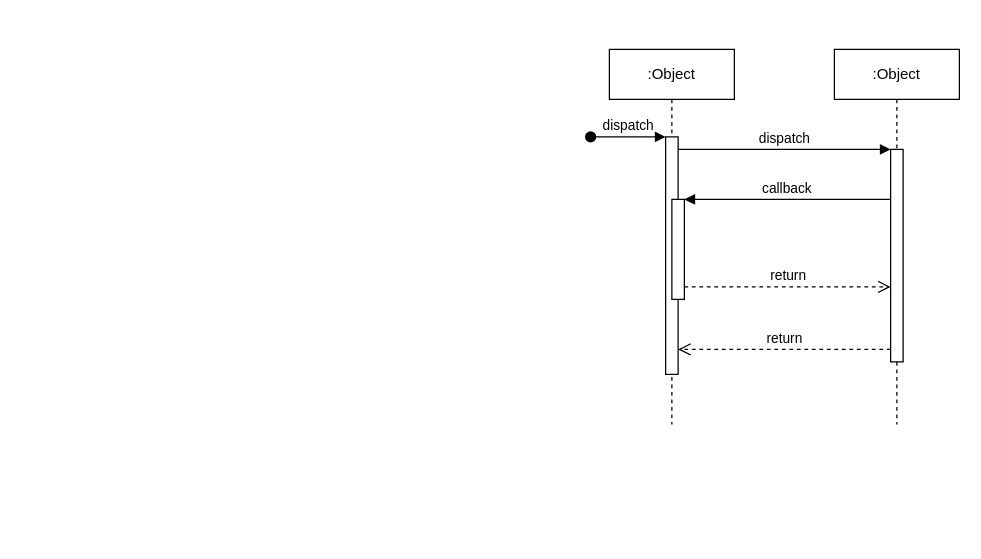
Before: Untitled Diagram.drawio in boberto-v2/utils, a draw.io diagram. Source tidied: cells renumbered, new cells numbered last; positions are measured from the earlier drawing's top-left corner, leaving out a move shared by most shapes. Both pictures are drawn from the tidied source at 125%, with x=0, y=0 at pixel (590, 49).
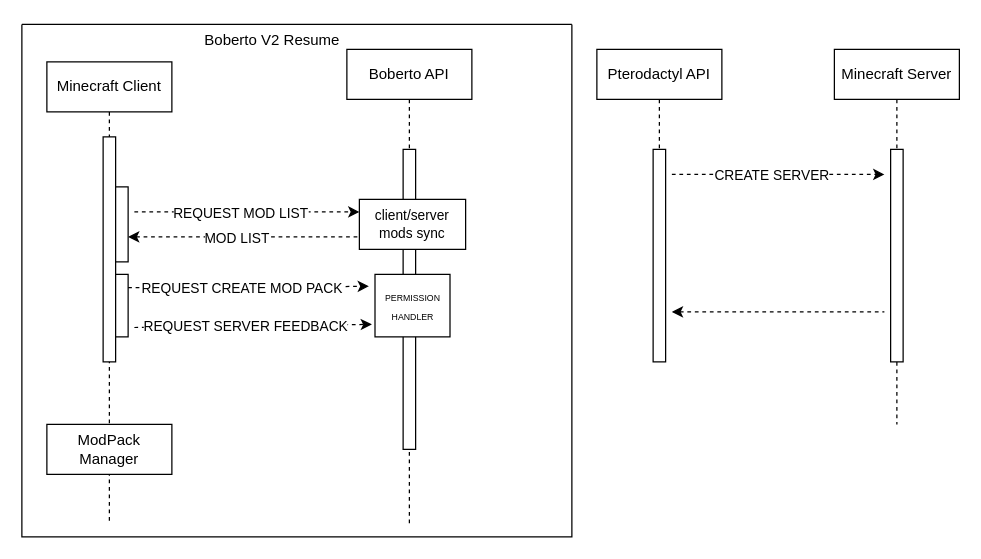
Above is the later version.

The change refers to these unchanged cells:
```xml
<mxCell id="7" style="html=1;points=[];perimeter=orthogonalPerimeter;outlineConnect=0;targetShapes=umlLifeline;portConstraint=eastwest;newEdgeStyle={&quot;edgeStyle&quot;:&quot;elbowEdgeStyle&quot;,&quot;elbow&quot;:&quot;vertical&quot;,&quot;curved&quot;:0,&quot;rounded&quot;:0};" parent="6" vertex="1">
  <mxGeometry x="45" y="80" width="10" height="170" as="geometry" />
</mxCell>
```

The edit, as a diff of the source:
```diff
@@
-    <mxCell id="2" value=":Object" style="shape=umlLifeline;perimeter=lifelinePerimeter;whiteSpace=wrap;html=1;newEdgeStyle={&quot;edgeStyle&quot;:&quot;elbowEdgeStyle&quot;,&quot;elbow&quot;:&quot;vertical&quot;,&quot;curved&quot;:0,&quot;rounded&quot;:0};" parent="1" vertex="1">
-      <mxGeometry x="15" width="100" height="300" as="geometry" />
-    </mxCell>
-    <mxCell id="3" style="html=1;points=[];perimeter=orthogonalPerimeter;outlineConnect=0;targetShapes=umlLifeline;portConstraint=eastwest;newEdgeStyle={&quot;edgeStyle&quot;:&quot;elbowEdgeStyle&quot;,&quot;elbow&quot;:&quot;vertical&quot;,&quot;curved&quot;:0,&quot;rounded&quot;:0};" parent="2" vertex="1">
-      <mxGeometry x="45" y="70" width="10" height="190" as="geometry" />
-    </mxCell>
-    <mxCell id="4" value="dispatch" style="html=1;verticalAlign=bottom;startArrow=oval;endArrow=block;startSize=8;edgeStyle=elbowEdgeStyle;elbow=vertical;curved=0;rounded=0;" parent="2" edge="1" target="3">
-      <mxGeometry relative="1" as="geometry">
-        <mxPoint x="-15" y="70" as="sourcePoint" />
-      </mxGeometry>
-    </mxCell>
-    <mxCell id="5" style="html=1;points=[];perimeter=orthogonalPerimeter;outlineConnect=0;targetShapes=umlLifeline;portConstraint=eastwest;newEdgeStyle={&quot;edgeStyle&quot;:&quot;elbowEdgeStyle&quot;,&quot;elbow&quot;:&quot;vertical&quot;,&quot;curved&quot;:0,&quot;rounded&quot;:0};" parent="2" vertex="1">
-      <mxGeometry x="50" y="120" width="10" height="80" as="geometry" />
-    </mxCell>
-    <mxCell id="6" value=":Object" style="shape=umlLifeline;perimeter=lifelinePerimeter;whiteSpace=wrap;html=1;newEdgeStyle={&quot;edgeStyle&quot;:&quot;elbowEdgeStyle&quot;,&quot;elbow&quot;:&quot;vertical&quot;,&quot;curved&quot;:0,&quot;rounded&quot;:0};" parent="1" vertex="1">
+    <mxCell id="6" value="Minecraft Server" style="shape=umlLifeline;perimeter=lifelinePerimeter;whiteSpace=wrap;html=1;newEdgeStyle={&quot;edgeStyle&quot;:&quot;elbowEdgeStyle&quot;,&quot;elbow&quot;:&quot;vertical&quot;,&quot;curved&quot;:0,&quot;rounded&quot;:0};" parent="1" vertex="1">
       <mxGeometry x="195" width="100" height="300" as="geometry" />
     </mxCell>
@@
-    <mxCell id="8" value="dispatch" style="html=1;verticalAlign=bottom;endArrow=block;edgeStyle=elbowEdgeStyle;elbow=vertical;curved=0;rounded=0;" parent="1" edge="1" source="3" target="7">
-      <mxGeometry relative="1" as="geometry">
-        <Array as="points">
-          <mxPoint x="155" y="80" />
-        </Array>
-      </mxGeometry>
-    </mxCell>
-    <mxCell id="9" value="return" style="html=1;verticalAlign=bottom;endArrow=open;dashed=1;endSize=8;edgeStyle=elbowEdgeStyle;elbow=vertical;curved=0;rounded=0;" parent="1" edge="1" source="7" target="3">
-      <mxGeometry relative="1" as="geometry">
-        <Array as="points">
-          <mxPoint x="165" y="240" />
-        </Array>
-      </mxGeometry>
-    </mxCell>
-    <mxCell id="10" value="callback" style="html=1;verticalAlign=bottom;endArrow=block;edgeStyle=elbowEdgeStyle;elbow=vertical;curved=0;rounded=0;" parent="1" edge="1" source="7" target="5">
-      <mxGeometry relative="1" as="geometry">
-        <Array as="points">
-          <mxPoint x="165" y="120" />
-        </Array>
-      </mxGeometry>
-    </mxCell>
-    <mxCell id="11" value="return" style="html=1;verticalAlign=bottom;endArrow=open;dashed=1;endSize=8;edgeStyle=elbowEdgeStyle;elbow=vertical;curved=0;rounded=0;" parent="1" edge="1" source="5" target="7">
-      <mxGeometry relative="1" as="geometry">
-        <Array as="points">
-          <mxPoint x="155" y="190" />
-        </Array>
-      </mxGeometry>
-    </mxCell>
+    <mxCell id="12" value="Pterodactyl API" style="shape=umlLifeline;perimeter=lifelinePerimeter;whiteSpace=wrap;html=1;newEdgeStyle={&quot;edgeStyle&quot;:&quot;elbowEdgeStyle&quot;,&quot;elbow&quot;:&quot;vertical&quot;,&quot;curved&quot;:0,&quot;rounded&quot;:0};fillColor=default;strokeColor=default;gradientColor=none;" parent="1" vertex="1">
+      <mxGeometry x="5" width="100" height="250" as="geometry" />
+    </mxCell>
+    <mxCell id="13" style="html=1;perimeter=orthogonalPerimeter;targetShapes=umlLifeline;newEdgeStyle={&quot;edgeStyle&quot;:&quot;elbowEdgeStyle&quot;,&quot;elbow&quot;:&quot;vertical&quot;,&quot;curved&quot;:0,&quot;rounded&quot;:0};" parent="12" vertex="1">
+      <mxGeometry x="45" y="80" width="10" height="170" as="geometry" />
+    </mxCell>
+    <mxCell id="14" value="Boberto API" style="shape=umlLifeline;perimeter=lifelinePerimeter;whiteSpace=wrap;html=1;newEdgeStyle={&quot;edgeStyle&quot;:&quot;elbowEdgeStyle&quot;,&quot;elbow&quot;:&quot;vertical&quot;,&quot;curved&quot;:0,&quot;rounded&quot;:0};" parent="1" vertex="1">
+      <mxGeometry x="-195" width="100" height="380" as="geometry" />
+    </mxCell>
+    <mxCell id="15" style="html=1;perimeter=orthogonalPerimeter;targetShapes=umlLifeline;newEdgeStyle={&quot;edgeStyle&quot;:&quot;elbowEdgeStyle&quot;,&quot;elbow&quot;:&quot;vertical&quot;,&quot;curved&quot;:0,&quot;rounded&quot;:0};" parent="14" vertex="1">
+      <mxGeometry x="45" y="80" width="10" height="240" as="geometry" />
+    </mxCell>
+    <mxCell id="16" style="swimlane;startSize=0;" parent="1" vertex="1">
+      <mxGeometry x="-455" y="-20" width="440" height="410" as="geometry" />
+    </mxCell>
+    <mxCell id="17" value="&lt;font style=&quot;font-size: 7px;&quot;&gt;PERMISSION HANDLER&lt;/font&gt;" style="rounded=0;whiteSpace=wrap;html=1;" parent="16" vertex="1">
+      <mxGeometry x="282.5" y="200" width="60" height="50" as="geometry" />
+    </mxCell>
+    <mxCell id="18" value="&lt;div style=&quot;font-size: 11px;&quot;&gt;&lt;font style=&quot;font-size: 11px;&quot;&gt;client/server&lt;/font&gt;&lt;/div&gt;&lt;div style=&quot;font-size: 11px;&quot;&gt;&lt;font style=&quot;font-size: 11px;&quot;&gt;mods sync&lt;font style=&quot;font-size: 11px;&quot;&gt;&lt;br&gt;&lt;/font&gt;&lt;/font&gt;&lt;/div&gt;" style="rounded=0;whiteSpace=wrap;html=1;" parent="16" vertex="1">
+      <mxGeometry x="270" y="140" width="85" height="40" as="geometry" />
+    </mxCell>
+    <mxCell id="2" value="Minecraft Client" style="shape=umlLifeline;perimeter=lifelinePerimeter;whiteSpace=wrap;html=1;newEdgeStyle={&quot;edgeStyle&quot;:&quot;elbowEdgeStyle&quot;,&quot;elbow&quot;:&quot;vertical&quot;,&quot;curved&quot;:0,&quot;rounded&quot;:0};" parent="16" vertex="1">
+      <mxGeometry x="20" y="30" width="100" height="370" as="geometry" />
+    </mxCell>
+    <mxCell id="5" style="html=1;points=[];perimeter=orthogonalPerimeter;outlineConnect=0;targetShapes=umlLifeline;portConstraint=eastwest;newEdgeStyle={&quot;edgeStyle&quot;:&quot;elbowEdgeStyle&quot;,&quot;elbow&quot;:&quot;vertical&quot;,&quot;curved&quot;:0,&quot;rounded&quot;:0};" parent="2" vertex="1">
+      <mxGeometry x="45" y="60" width="10" height="180" as="geometry" />
+    </mxCell>
+    <mxCell id="19" style="html=1;perimeter=orthogonalPerimeter;targetShapes=umlLifeline;newEdgeStyle={&quot;edgeStyle&quot;:&quot;elbowEdgeStyle&quot;,&quot;elbow&quot;:&quot;vertical&quot;,&quot;curved&quot;:0,&quot;rounded&quot;:0};" parent="2" vertex="1">
+      <mxGeometry x="55" y="100" width="10" height="60" as="geometry" />
+    </mxCell>
+    <mxCell id="3" style="html=1;points=[];perimeter=orthogonalPerimeter;outlineConnect=0;targetShapes=umlLifeline;portConstraint=eastwest;newEdgeStyle={&quot;edgeStyle&quot;:&quot;elbowEdgeStyle&quot;,&quot;elbow&quot;:&quot;vertical&quot;,&quot;curved&quot;:0,&quot;rounded&quot;:0};" parent="2" vertex="1">
+      <mxGeometry x="55" y="170" width="10" height="50" as="geometry" />
+    </mxCell>
+    <mxCell id="20" style="endArrow=none;html=1;strokeColor=default;dashed=1;strokeWidth=1;jumpSize=2;rounded=0;endFill=0;startArrow=classic;startFill=1;" parent="16" edge="1">
+      <mxGeometry relative="1" as="geometry">
+        <mxPoint x="85" y="170" as="sourcePoint" />
+        <mxPoint x="270" y="170" as="targetPoint" />
+      </mxGeometry>
+    </mxCell>
+    <mxCell id="21" value="MOD LIST" style="edgeLabel;html=1;align=center;verticalAlign=middle;" parent="20" vertex="1">
+      <mxGeometry x="0.02" y="1" relative="1" as="geometry">
+        <mxPoint x="-8" y="1" as="offset" />
+      </mxGeometry>
+    </mxCell>
+    <mxCell id="22" value="Boberto V2 Resume" style="text;html=1;align=center;verticalAlign=middle;strokeColor=none;fillColor=none;" parent="16" vertex="1">
+      <mxGeometry x="135" y="-2" width="130" height="30" as="geometry" />
+    </mxCell>
+    <mxCell id="23" style="endArrow=classic;html=1;strokeColor=default;dashed=1;strokeWidth=1;jumpSize=2;rounded=0;entryX=-0.04;entryY=0.18;entryDx=0;entryDy=0;entryPerimeter=0;" parent="16" edge="1">
+      <mxGeometry relative="1" as="geometry">
+        <mxPoint x="85" y="210.5" as="sourcePoint" />
+        <mxPoint x="277.6" y="209.5" as="targetPoint" />
+        <Array as="points">
+          <mxPoint x="190" y="210.5" />
+        </Array>
+      </mxGeometry>
+    </mxCell>
+    <mxCell id="24" value="REQUEST CREATE MOD PACK" style="edgeLabel;html=1;align=center;verticalAlign=middle;" parent="23" vertex="1">
+      <mxGeometry x="0.02" y="1" relative="1" as="geometry">
+        <mxPoint x="-8" y="1" as="offset" />
+      </mxGeometry>
+    </mxCell>
+    <mxCell id="25" style="endArrow=classic;html=1;strokeColor=default;dashed=1;strokeWidth=1;jumpSize=2;rounded=0;entryX=0;entryY=0.75;entryDx=0;entryDy=0;" parent="16" edge="1">
+      <mxGeometry relative="1" as="geometry">
+        <mxPoint x="90" y="242.5" as="sourcePoint" />
+        <mxPoint x="280" y="240" as="targetPoint" />
+      </mxGeometry>
+    </mxCell>
+    <mxCell id="26" value="REQUEST SERVER FEEDBACK" style="edgeLabel;html=1;align=center;verticalAlign=middle;" parent="25" vertex="1">
+      <mxGeometry x="0.02" y="1" relative="1" as="geometry">
+        <mxPoint x="-8" y="1" as="offset" />
+      </mxGeometry>
+    </mxCell>
+    <mxCell id="27" style="endArrow=classic;html=1;strokeColor=default;dashed=1;strokeWidth=1;jumpSize=2;rounded=0;" parent="1" edge="1">
+      <mxGeometry relative="1" as="geometry">
+        <mxPoint x="65" y="100" as="sourcePoint" />
+        <mxPoint x="235" y="100" as="targetPoint" />
+      </mxGeometry>
+    </mxCell>
+    <mxCell id="28" value="CREATE SERVER" style="edgeLabel;html=1;align=center;verticalAlign=middle;" parent="27" vertex="1">
+      <mxGeometry x="0.02" y="1" relative="1" as="geometry">
+        <mxPoint x="-8" y="1" as="offset" />
+      </mxGeometry>
+    </mxCell>
+    <mxCell id="29" style="endArrow=none;html=1;strokeColor=default;dashed=1;strokeWidth=1;jumpSize=2;rounded=0;endFill=0;startArrow=classic;startFill=1;" parent="1" edge="1">
+      <mxGeometry relative="1" as="geometry">
+        <mxPoint x="65" y="210" as="sourcePoint" />
+        <mxPoint x="235" y="210" as="targetPoint" />
+      </mxGeometry>
+    </mxCell>
+    <mxCell id="30" value="ModPack Manager" style="shape=umlLifeline;perimeter=lifelinePerimeter;whiteSpace=wrap;html=1;newEdgeStyle={&quot;edgeStyle&quot;:&quot;elbowEdgeStyle&quot;,&quot;elbow&quot;:&quot;vertical&quot;,&quot;curved&quot;:0,&quot;rounded&quot;:0};strokeColor=default;" parent="1" vertex="1">
+      <mxGeometry x="-435" y="300" width="100" height="40" as="geometry" />
+    </mxCell>
+    <mxCell id="31" style="endArrow=classic;html=1;strokeColor=default;dashed=1;strokeWidth=1;jumpSize=2;rounded=0;" parent="1" edge="1">
+      <mxGeometry relative="1" as="geometry">
+        <mxPoint x="-365" y="130" as="sourcePoint" />
+        <mxPoint x="-185" y="130" as="targetPoint" />
+      </mxGeometry>
+    </mxCell>
+    <mxCell id="32" value="REQUEST MOD LIST" style="edgeLabel;html=1;align=center;verticalAlign=middle;" parent="31" vertex="1">
+      <mxGeometry x="0.02" y="1" relative="1" as="geometry">
+        <mxPoint x="-8" y="1" as="offset" />
+      </mxGeometry>
+    </mxCell>
```
